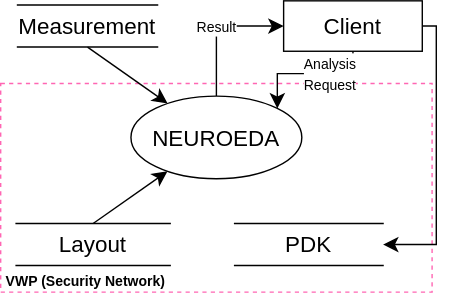
This is context_diagram.svg from with2say/swarchitect, a draw.io export, as it was before one commit. Source tidied: cells renumbered, new cells last; positions are measured from the earlier drawing's top-left corner, leaving out a move shared by most shapes.
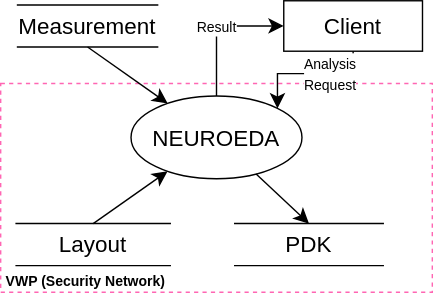
After the change.

Diff of the diagram source:
```diff
@@ -26,14 +26,14 @@
     <mxCell id="9" value="Client" style="rounded=0;whiteSpace=wrap;html=1;fontSize=16;" parent="1" vertex="1">
       <mxGeometry x="202" width="99" height="36" as="geometry" />
     </mxCell>
-    <mxCell id="10" style="endArrow=classic;html=1;rounded=0;fontSize=12;startSize=8;endSize=8;entryX=1;entryY=0.5;entryDx=0;entryDy=0;edgeStyle=orthogonalEdgeStyle;exitX=1;exitY=0.5;exitDx=0;exitDy=0;" parent="1" edge="1" source="9" target="5">
-      <mxGeometry relative="1" as="geometry" />
-    </mxCell>
     <mxCell id="11" value="Result" style="endArrow=classic;html=1;rounded=0;fontSize=10;startSize=8;endSize=8;entryX=0;entryY=0.5;entryDx=0;entryDy=0;edgeStyle=orthogonalEdgeStyle;" parent="1" edge="1" source="4" target="9">
       <mxGeometry relative="1" as="geometry" />
     </mxCell>
     <mxCell id="12" value="&lt;font style=&quot;font-size: 10px;&quot;&gt;Analysis&lt;br&gt;Request&lt;br&gt;&lt;/font&gt;" style="endArrow=classic;html=1;rounded=0;fontSize=12;startSize=8;endSize=8;edgeStyle=orthogonalEdgeStyle;entryX=1;entryY=0;entryDx=0;entryDy=0;" parent="1" edge="1" source="9" target="4">
       <mxGeometry x="-0.29" relative="1" as="geometry" />
     </mxCell>
+    <mxCell id="13" style="endArrow=classic;html=1;rounded=0;fontSize=12;startSize=8;endSize=8;curved=1;entryX=0.5;entryY=0;entryDx=0;entryDy=0;" parent="1" edge="1" source="4" target="5">
+      <mxGeometry relative="1" as="geometry" />
+    </mxCell>
   </root>
 </mxGraphModel>
```
